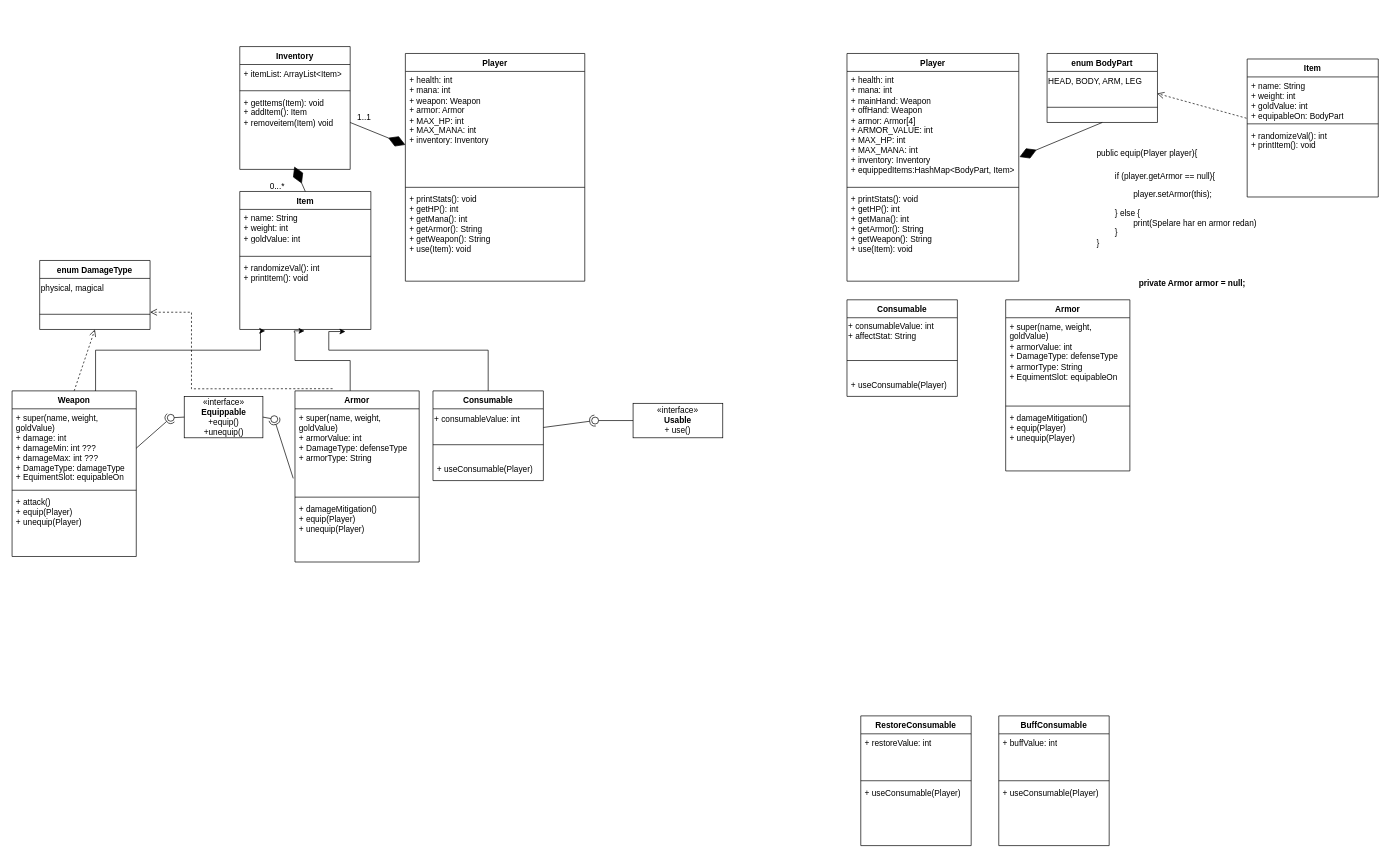
Before: .idea/ooad-uml-diagram.drawio in PelleHanspers/ooad-individuell-uppgift-pellehanspers, a draw.io diagram. Source tidied: cells renumbered, new cells numbered last; positions are measured from the earlier drawing's top-left corner, leaving out a move shared by most shapes. Both pictures are drawn from the tidied source at 69%, with x=0, y=0 at pixel (12, 46).
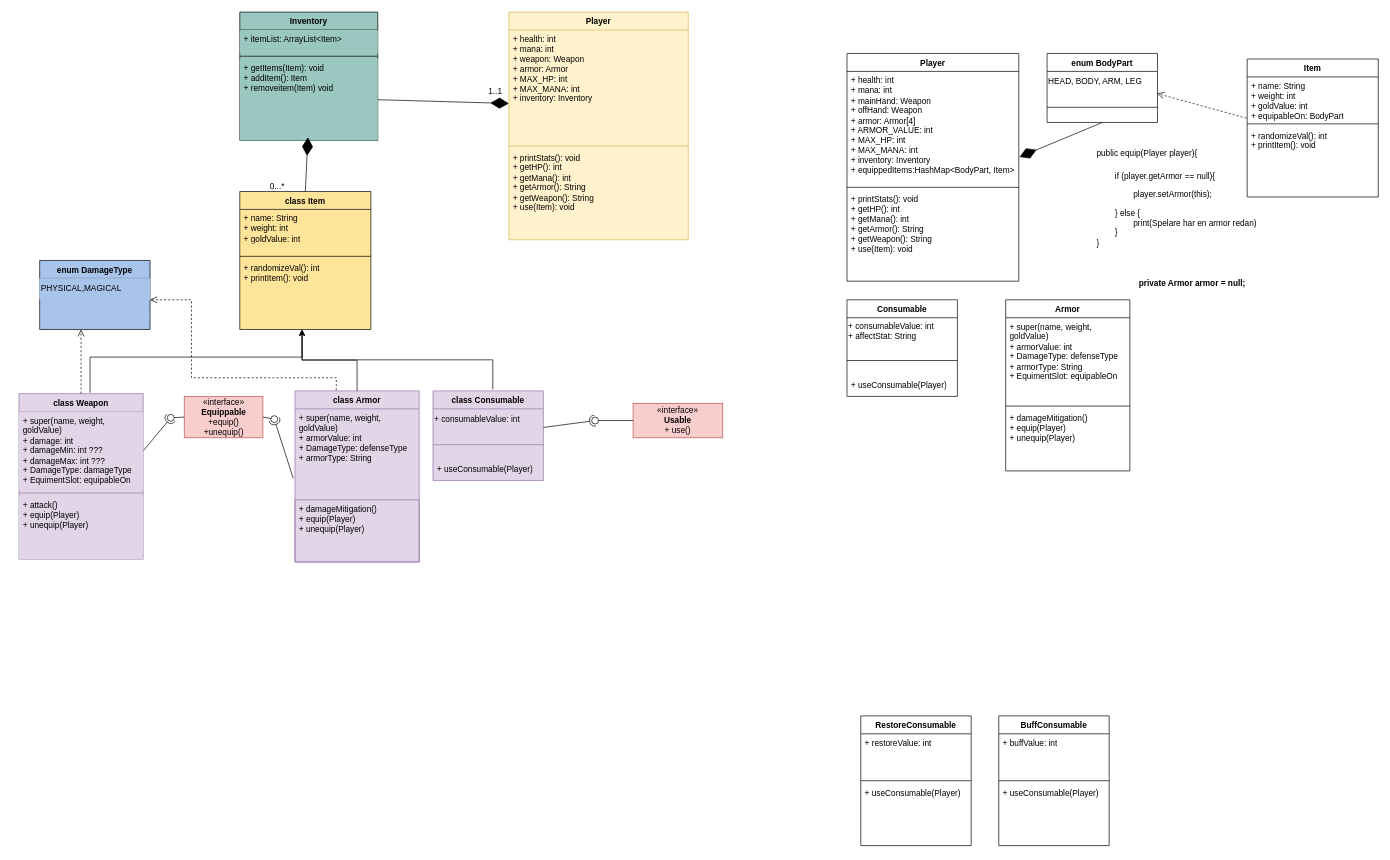
Above is the later version.

The change refers to these unchanged cells:
```xml
<mxCell id="9" value="&lt;div&gt;+ randomizeVal(): int&lt;/div&gt;&lt;div&gt;+ printItem(): void&lt;/div&gt;" style="text;strokeColor=none;fillColor=none;align=left;verticalAlign=top;spacingLeft=4;spacingRight=4;overflow=hidden;points=[[0,0.5],[1,0.5]];portConstraint=eastwest;whiteSpace=wrap;html=1;" parent="6" vertex="1">
  <mxGeometry y="98" width="190" height="102" as="geometry" />
</mxCell>
<mxCell id="46" value="+ health: int&lt;div&gt;+ mana: int&lt;/div&gt;&lt;div&gt;+ weapon: Weapon&lt;/div&gt;&lt;div&gt;+ armor: Armor&lt;/div&gt;&lt;div&gt;+ MAX_HP: int&lt;/div&gt;&lt;div&gt;+ MAX_MANA: int&lt;/div&gt;&lt;div&gt;+ inventory: Inventory&lt;/div&gt;&lt;div&gt;&lt;br&gt;&lt;/div&gt;" style="text;strokeColor=none;fillColor=none;align=left;verticalAlign=top;spacingLeft=4;spacingRight=4;overflow=hidden;points=[[0,0.5],[1,0.5]];portConstraint=eastwest;whiteSpace=wrap;html=1;" parent="45" vertex="1">
  <mxGeometry y="26" width="260" height="164" as="geometry" />
</mxCell>
```

What changed in the source:
```diff
@@
-<mxGraphModel>
+<mxGraphModel background="#ffffff">
@@
-    <mxCell id="2" value="Inventory" style="swimlane;fontStyle=1;align=center;verticalAlign=top;horizontal=1;startSize=26;whiteSpace=wrap;html=1;" parent="1" vertex="1">
-      <mxGeometry x="330" width="160" height="178" as="geometry" />
+    <mxCell id="2" value="Inventory" style="swimlane;fontStyle=1;align=center;verticalAlign=top;horizontal=1;startSize=26;whiteSpace=wrap;html=1;fillColor=#9AC7BF;swimlaneFillColor=#9AC7BF;" parent="1" vertex="1">
+      <mxGeometry x="330" y="-50" width="200" height="186" as="geometry" />
     </mxCell>
-    <mxCell id="3" value="+ itemList: ArrayList&amp;lt;Item&amp;gt;" style="text;strokeColor=none;fillColor=none;align=left;verticalAlign=top;spacingLeft=4;spacingRight=4;overflow=hidden;whiteSpace=wrap;html=1;" parent="2" vertex="1">
-      <mxGeometry y="26" width="160" height="34" as="geometry" />
+    <mxCell id="3" value="+ itemList: ArrayList&amp;lt;Item&amp;gt;" style="text;strokeColor=none;fillColor=#9AC7BF;align=left;verticalAlign=top;spacingLeft=4;spacingRight=4;overflow=hidden;whiteSpace=wrap;html=1;" parent="2" vertex="1">
+      <mxGeometry y="26" width="200" height="34" as="geometry" />
     </mxCell>
-    <mxCell id="4" style="line;strokeWidth=1;fillColor=none;align=left;verticalAlign=middle;spacingTop=-1;spacingLeft=3;spacingRight=3;labelPosition=right;strokeColor=inherit;" parent="2" vertex="1">
-      <mxGeometry y="60" width="160" height="8" as="geometry" />
-    </mxCell>
+    <mxCell id="80" style="line;strokeWidth=1;fillColor=none;align=left;verticalAlign=middle;spacingTop=-1;spacingLeft=3;spacingRight=3;labelPosition=right;strokeColor=inherit;" parent="2" vertex="1">
+      <mxGeometry y="60" width="200" height="8" as="geometry" />
+    </mxCell>
-    <mxCell id="5" value="&lt;div&gt;&lt;span style=&quot;background-color: initial; color: rgb(0, 0, 0); --darkreader-inline-bgcolor: initial; --darkreader-inline-color: #e8e6e3;&quot;&gt;+ getItems(Item): void&lt;/span&gt;&lt;br&gt;&lt;/div&gt;&lt;div&gt;+ addItem(): Item&lt;br&gt;&lt;/div&gt;&lt;div&gt;+ removeitem(Item) void&lt;br&gt;&lt;/div&gt;" style="text;strokeColor=none;fillColor=none;align=left;verticalAlign=top;spacingLeft=4;spacingRight=4;overflow=hidden;points=[[0,0.5],[1,0.5]];portConstraint=eastwest;whiteSpace=wrap;html=1;" parent="2" vertex="1">
-      <mxGeometry y="68" width="160" height="110" as="geometry" />
+    <mxCell id="5" value="&lt;div&gt;&lt;span style=&quot;background-color: initial; color: rgb(0, 0, 0); --darkreader-inline-bgcolor: initial; --darkreader-inline-color: #e8e6e3;&quot;&gt;+ getItems(Item): void&lt;/span&gt;&lt;br&gt;&lt;/div&gt;&lt;div&gt;+ addItem(): Item&lt;br&gt;&lt;/div&gt;&lt;div&gt;+ removeitem(Item) void&lt;br&gt;&lt;/div&gt;" style="text;strokeColor=none;fillColor=#9AC7BF;align=left;verticalAlign=top;spacingLeft=4;spacingRight=4;overflow=hidden;points=[[0,0.5],[1,0.5]];portConstraint=eastwest;whiteSpace=wrap;html=1;" parent="2" vertex="1">
+      <mxGeometry y="68" width="200" height="118" as="geometry" />
     </mxCell>
-    <mxCell id="6" value="Item" style="swimlane;fontStyle=1;align=center;verticalAlign=top;horizontal=1;startSize=26;whiteSpace=wrap;html=1;" parent="1" vertex="1">
+    <mxCell id="6" value="class Item" style="swimlane;fontStyle=1;align=center;verticalAlign=top;horizontal=1;startSize=26;whiteSpace=wrap;html=1;fillColor=#FFE599;swimlaneFillColor=#FFE599;" parent="1" vertex="1">
       <mxGeometry x="330" y="210" width="190" height="200" as="geometry" />
     </mxCell>
@@
-    <mxCell id="10" value="Armor" style="swimlane;fontStyle=1;align=center;verticalAlign=top;horizontal=1;startSize=26;whiteSpace=wrap;html=1;" parent="1" vertex="1">
+    <mxCell id="10" value="class Armor" style="swimlane;fontStyle=1;align=center;verticalAlign=top;horizontal=1;startSize=26;whiteSpace=wrap;html=1;fillColor=#e1d5e7;strokeColor=#9673a6;swimlaneFillColor=#E1D5E7;" parent="1" vertex="1">
       <mxGeometry x="410" y="499" width="180" height="248" as="geometry" />
     </mxCell>
@@
-    <mxCell id="12" style="line;strokeWidth=1;fillColor=none;align=left;verticalAlign=middle;spacingTop=-1;spacingLeft=3;spacingRight=3;labelPosition=right;strokeColor=inherit;" parent="10" vertex="1">
+    <mxCell id="12" style="line;strokeWidth=1;fillColor=none;align=left;verticalAlign=middle;spacingTop=-1;spacingLeft=3;spacingRight=3;labelPosition=right;strokeColor=none;" parent="10" vertex="1">
       <mxGeometry y="150" width="180" height="8" as="geometry" />
     </mxCell>
-    <mxCell id="13" value="&lt;div&gt;+ damageMitigation()&lt;br&gt;&lt;/div&gt;&lt;div&gt;&lt;div&gt;+ equip(Player)&lt;/div&gt;&lt;div&gt;+ unequip(Player)&lt;/div&gt;&lt;/div&gt;" style="text;strokeColor=none;fillColor=none;align=left;verticalAlign=top;spacingLeft=4;spacingRight=4;overflow=hidden;whiteSpace=wrap;html=1;" parent="10" vertex="1">
+    <mxCell id="13" value="&lt;div&gt;+ damageMitigation()&lt;br&gt;&lt;/div&gt;&lt;div&gt;&lt;div&gt;+ equip(Player)&lt;/div&gt;&lt;div&gt;+ unequip(Player)&lt;/div&gt;&lt;/div&gt;" style="text;strokeColor=#9673A6;fillColor=none;align=left;verticalAlign=top;spacingLeft=4;spacingRight=4;overflow=hidden;whiteSpace=wrap;html=1;" parent="10" vertex="1">
       <mxGeometry y="158" width="180" height="90" as="geometry" />
     </mxCell>
-    <mxCell id="14" value="Consumable" style="swimlane;fontStyle=1;align=center;verticalAlign=top;horizontal=1;startSize=26;whiteSpace=wrap;html=1;" parent="1" vertex="1">
+    <mxCell id="14" value="class Consumable" style="swimlane;fontStyle=1;align=center;verticalAlign=top;horizontal=1;startSize=26;whiteSpace=wrap;html=1;fillColor=#e1d5e7;strokeColor=#9673a6;swimlaneFillColor=#E1D5E7;" parent="1" vertex="1">
       <mxGeometry x="610" y="499" width="160" height="130" as="geometry" />
     </mxCell>
@@
-    <mxCell id="18" value="«interface»&lt;br&gt;&lt;b&gt;Equippable&lt;/b&gt;&lt;div&gt;+equip()&lt;/div&gt;&lt;div&gt;+unequip()&lt;/div&gt;" style="html=1;whiteSpace=wrap;" parent="1" vertex="1">
+    <mxCell id="18" value="«interface»&lt;br&gt;&lt;b&gt;Equippable&lt;/b&gt;&lt;div&gt;+equip()&lt;/div&gt;&lt;div&gt;+unequip()&lt;/div&gt;" style="html=1;whiteSpace=wrap;fillColor=#f8cecc;strokeColor=#b85450;" parent="1" vertex="1">
       <mxGeometry x="249.5" y="507" width="114" height="60" as="geometry" />
     </mxCell>
-    <mxCell id="19" value="«interface»&lt;br&gt;&lt;div&gt;&lt;b&gt;Usable&lt;br&gt;&lt;/b&gt;&lt;/div&gt;&lt;div&gt;+ use()&lt;/div&gt;" style="html=1;whiteSpace=wrap;" parent="1" vertex="1">
+    <mxCell id="19" value="«interface»&lt;br&gt;&lt;div&gt;&lt;b&gt;Usable&lt;br&gt;&lt;/b&gt;&lt;/div&gt;&lt;div&gt;+ use()&lt;/div&gt;" style="html=1;whiteSpace=wrap;fillColor=#f8cecc;strokeColor=#b85450;" parent="1" vertex="1">
       <mxGeometry x="900" y="517" width="130" height="50" as="geometry" />
     </mxCell>
-    <mxCell id="20" style="edgeStyle=orthogonalEdgeStyle;rounded=0;jettySize=auto;html=1;entryX=0.194;entryY=1.02;entryDx=0;entryDy=0;entryPerimeter=0;" parent="1" edge="1" target="9">
-      <mxGeometry relative="1" as="geometry">
-        <mxPoint x="120" y="499" as="sourcePoint" />
-        <Array as="points">
-          <mxPoint x="121" y="499" />
-          <mxPoint x="121" y="440" />
-          <mxPoint x="360" y="440" />
-          <mxPoint x="360" y="414" />
-          <mxPoint x="361" y="414" />
-        </Array>
-      </mxGeometry>
-    </mxCell>
-    <mxCell id="21" style="edgeStyle=orthogonalEdgeStyle;rounded=0;jettySize=auto;html=1;entryX=0.494;entryY=1.02;entryDx=0;entryDy=0;entryPerimeter=0;" parent="1" edge="1" source="10" target="9">
-      <mxGeometry relative="1" as="geometry">
-        <Array as="points">
-          <mxPoint x="490" y="455" />
-          <mxPoint x="410" y="455" />
-          <mxPoint x="410" y="414" />
-          <mxPoint x="409" y="414" />
-        </Array>
-      </mxGeometry>
+    <mxCell id="21" style="edgeStyle=orthogonalEdgeStyle;rounded=0;jettySize=auto;html=1;entryX=0.475;entryY=1.004;entryDx=0;entryDy=0;entryPerimeter=0;" parent="1" edge="1" source="10" target="9">
+      <mxGeometry relative="1" as="geometry" />
     </mxCell>
-    <mxCell id="22" style="edgeStyle=orthogonalEdgeStyle;rounded=0;jettySize=auto;html=1;entryX=0.806;entryY=1.029;entryDx=0;entryDy=0;entryPerimeter=0;" parent="1" edge="1" source="14" target="9">
-      <mxGeometry relative="1" as="geometry">
-        <Array as="points">
-          <mxPoint x="690" y="440" />
-          <mxPoint x="459" y="440" />
-        </Array>
-      </mxGeometry>
-    </mxCell>
@@
-    <mxCell id="41" value="Weapon" style="swimlane;fontStyle=1;align=center;verticalAlign=top;horizontal=1;startSize=26;whiteSpace=wrap;html=1;" parent="1" vertex="1">
-      <mxGeometry y="499" width="180" height="240" as="geometry" />
+    <mxCell id="41" value="class Weapon" style="swimlane;fontStyle=1;align=center;verticalAlign=top;horizontal=1;startSize=26;whiteSpace=wrap;html=1;fillColor=#E1D5E7;swimlaneFillColor=#E1D5E7;strokeColor=#9673A6;" parent="1" vertex="1">
+      <mxGeometry x="10" y="503" width="180" height="240" as="geometry" />
     </mxCell>
-    <mxCell id="42" value="&lt;div&gt;+ super(name, weight, goldValue)&lt;br&gt;&lt;/div&gt;+ damage: int&lt;div&gt;+ damageMin: int ???&lt;/div&gt;&lt;div&gt;+ damageMax: int ???&lt;/div&gt;&lt;div&gt;+ DamageType: damageType&lt;br&gt;&lt;/div&gt;&lt;div&gt;+ EquimentSlot: equipableOn&lt;/div&gt;&lt;div&gt;&lt;br&gt;&lt;/div&gt;" style="text;strokeColor=none;fillColor=none;align=left;verticalAlign=top;spacingLeft=4;spacingRight=4;overflow=hidden;points=[[0,0.5],[1,0.5]];portConstraint=eastwest;whiteSpace=wrap;html=1;" parent="41" vertex="1">
+    <mxCell id="42" value="&lt;div&gt;+ super(name, weight, goldValue)&lt;br&gt;&lt;/div&gt;+ damage: int&lt;div&gt;+ damageMin: int ???&lt;/div&gt;&lt;div&gt;+ damageMax: int ???&lt;/div&gt;&lt;div&gt;+ DamageType: damageType&lt;br&gt;&lt;/div&gt;&lt;div&gt;+ EquimentSlot: equipableOn&lt;/div&gt;&lt;div&gt;&lt;br&gt;&lt;/div&gt;" style="text;strokeColor=none;fillColor=#E1D5E7;align=left;verticalAlign=top;spacingLeft=4;spacingRight=4;overflow=hidden;points=[[0,0.5],[1,0.5]];portConstraint=eastwest;whiteSpace=wrap;html=1;" parent="41" vertex="1">
       <mxGeometry y="26" width="180" height="114" as="geometry" />
     </mxCell>
-    <mxCell id="43" style="line;strokeWidth=1;fillColor=none;align=left;verticalAlign=middle;spacingTop=-1;spacingLeft=3;spacingRight=3;labelPosition=right;strokeColor=inherit;" parent="41" vertex="1">
+    <mxCell id="43" style="line;strokeWidth=1;fillColor=#E1D5E7;align=left;verticalAlign=middle;spacingTop=-1;spacingLeft=3;spacingRight=3;labelPosition=right;strokeColor=#9673A6;fillStyle=auto;perimeterSpacing=0;" parent="41" vertex="1">
       <mxGeometry y="140" width="180" height="8" as="geometry" />
     </mxCell>
-    <mxCell id="44" value="&lt;div&gt;+ attack()&lt;/div&gt;&lt;div&gt;&lt;div&gt;+ equip(Player)&lt;/div&gt;&lt;div&gt;+ unequip(Player)&lt;/div&gt;&lt;/div&gt;" style="text;strokeColor=none;fillColor=none;align=left;verticalAlign=top;spacingLeft=4;spacingRight=4;overflow=hidden;whiteSpace=wrap;html=1;" parent="41" vertex="1">
+    <mxCell id="44" value="&lt;div&gt;+ attack()&lt;/div&gt;&lt;div&gt;&lt;div&gt;+ equip(Player)&lt;/div&gt;&lt;div&gt;+ unequip(Player)&lt;/div&gt;&lt;/div&gt;" style="text;strokeColor=none;fillColor=#E1D5E7;align=left;verticalAlign=top;spacingLeft=4;spacingRight=4;overflow=hidden;whiteSpace=wrap;html=1;" parent="41" vertex="1">
       <mxGeometry y="148" width="180" height="92" as="geometry" />
     </mxCell>
-    <mxCell id="45" value="Player" style="swimlane;fontStyle=1;align=center;verticalAlign=top;horizontal=1;startSize=26;whiteSpace=wrap;html=1;" parent="1" vertex="1">
-      <mxGeometry x="570" y="10" width="260" height="330" as="geometry" />
+    <mxCell id="45" value="Player" style="swimlane;fontStyle=1;align=center;verticalAlign=top;horizontal=1;startSize=26;whiteSpace=wrap;html=1;fillColor=#fff2cc;strokeColor=#d6b656;swimlaneFillColor=#FFF2CC;" parent="1" vertex="1">
+      <mxGeometry x="720" y="-50" width="260" height="330" as="geometry" />
     </mxCell>
@@
-    <mxCell id="49" style="endArrow=diamondThin;endFill=1;endSize=24;html=1;rounded=0;entryX=0;entryY=0.649;entryDx=0;entryDy=0;entryPerimeter=0;" parent="1" edge="1" target="46">
-      <mxGeometry relative="1" as="geometry">
-        <mxPoint x="490" y="110" as="sourcePoint" />
-      </mxGeometry>
+    <mxCell id="49" style="endArrow=diamondThin;endFill=1;endSize=24;html=1;rounded=0;entryX=0;entryY=0.649;entryDx=0;entryDy=0;entryPerimeter=0;exitX=1;exitY=0.5;exitDx=0;exitDy=0;" parent="1" edge="1" source="5" target="46">
+      <mxGeometry relative="1" as="geometry" />
     </mxCell>
     <mxCell id="50" value="1..1" style="text;html=1;align=center;verticalAlign=middle;strokeColor=none;fillColor=none;" parent="1" vertex="1">
-      <mxGeometry x="490" y="88" width="40" height="30" as="geometry" />
+      <mxGeometry x="680" y="50" width="40" height="30" as="geometry" />
     </mxCell>
@@
-    <mxCell id="52" value="enum DamageType" style="swimlane;fontStyle=1;align=center;verticalAlign=top;horizontal=1;startSize=26;whiteSpace=wrap;html=1;" parent="1" vertex="1">
+    <mxCell id="52" value="enum DamageType" style="swimlane;fontStyle=1;align=center;verticalAlign=top;horizontal=1;startSize=26;whiteSpace=wrap;html=1;strokeColor=#000000;fillColor=#A9C4EB;swimlaneFillColor=#A9C4EB;" parent="1" vertex="1">
       <mxGeometry x="40" y="310" width="160" height="100" as="geometry" />
     </mxCell>
-    <mxCell id="53" value="physical, magical" style="text;html=1;align=left;verticalAlign=middle;strokeColor=none;fillColor=none;" parent="52" vertex="1">
+    <mxCell id="53" value="PHYSICAL,MAGICAL" style="text;html=1;align=left;verticalAlign=middle;strokeColor=#A9C4EB;fillColor=#A9C4EB;" parent="52" vertex="1">
       <mxGeometry y="26" width="160" height="30" as="geometry" />
     </mxCell>
-    <mxCell id="54" style="line;strokeWidth=1;fillColor=none;align=left;verticalAlign=middle;spacingTop=-1;spacingLeft=3;spacingRight=3;labelPosition=right;strokeColor=inherit;" parent="52" vertex="1">
+    <mxCell id="54" style="line;strokeWidth=1;fillColor=#A9C4EB;align=left;verticalAlign=middle;spacingTop=-1;spacingLeft=3;spacingRight=3;labelPosition=right;strokeColor=#A9C4EB;" parent="52" vertex="1">
       <mxGeometry y="56" width="160" height="44" as="geometry" />
     </mxCell>
@@
-    <mxCell id="72" style="html=1;verticalAlign=bottom;endArrow=open;dashed=1;endSize=8;curved=0;rounded=0;exitX=0.5;exitY=0;exitDx=0;exitDy=0;entryX=0.5;entryY=1;entryDx=0;entryDy=0;" parent="1" edge="1" source="41" target="52">
-      <mxGeometry relative="1" as="geometry" />
+    <mxCell id="72" style="html=1;verticalAlign=bottom;endArrow=open;dashed=1;endSize=8;curved=0;rounded=0;exitX=0.5;exitY=0;exitDx=0;exitDy=0;" parent="1" edge="1" source="41">
+      <mxGeometry relative="1" as="geometry">
+        <mxPoint x="100" y="410" as="targetPoint" />
+      </mxGeometry>
     </mxCell>
-    <mxCell id="73" style="html=1;verticalAlign=bottom;endArrow=open;dashed=1;endSize=8;curved=0;rounded=0;exitX=0.303;exitY=-0.013;exitDx=0;exitDy=0;exitPerimeter=0;entryX=1;entryY=0.75;entryDx=0;entryDy=0;" parent="1" edge="1" source="10" target="52">
+    <mxCell id="73" style="html=1;verticalAlign=bottom;endArrow=open;dashed=1;endSize=8;curved=0;rounded=0;entryX=1;entryY=0.75;entryDx=0;entryDy=0;exitX=0.332;exitY=-0.003;exitDx=0;exitDy=0;exitPerimeter=0;" parent="1" edge="1" source="10">
       <mxGeometry relative="1" as="geometry">
+        <mxPoint x="200" y="367" as="targetPoint" />
         <Array as="points">
-          <mxPoint x="260" y="496" />
-          <mxPoint x="260" y="385" />
+          <mxPoint x="470" y="480" />
+          <mxPoint x="260" y="480" />
+          <mxPoint x="260" y="367" />
         </Array>
       </mxGeometry>
     </mxCell>
@@
+    <mxCell id="22" style="edgeStyle=orthogonalEdgeStyle;rounded=0;jettySize=auto;html=1;entryX=0.475;entryY=1.004;entryDx=0;entryDy=0;entryPerimeter=0;exitX=0.542;exitY=-0.017;exitDx=0;exitDy=0;exitPerimeter=0;" parent="1" edge="1" source="14" target="9">
+      <mxGeometry relative="1" as="geometry">
+        <Array as="points">
+          <mxPoint x="697" y="454" />
+          <mxPoint x="420" y="454" />
+        </Array>
+      </mxGeometry>
+    </mxCell>
+    <mxCell id="81" style="edgeStyle=orthogonalEdgeStyle;rounded=0;jettySize=auto;html=1;entryX=0.475;entryY=1.004;entryDx=0;entryDy=0;entryPerimeter=0;exitX=0.572;exitY=-0.006;exitDx=0;exitDy=0;exitPerimeter=0;" parent="1" edge="1" source="41" target="9">
+      <mxGeometry relative="1" as="geometry">
+        <Array as="points">
+          <mxPoint x="113" y="450" />
+          <mxPoint x="420" y="450" />
+        </Array>
+      </mxGeometry>
+    </mxCell>
```
